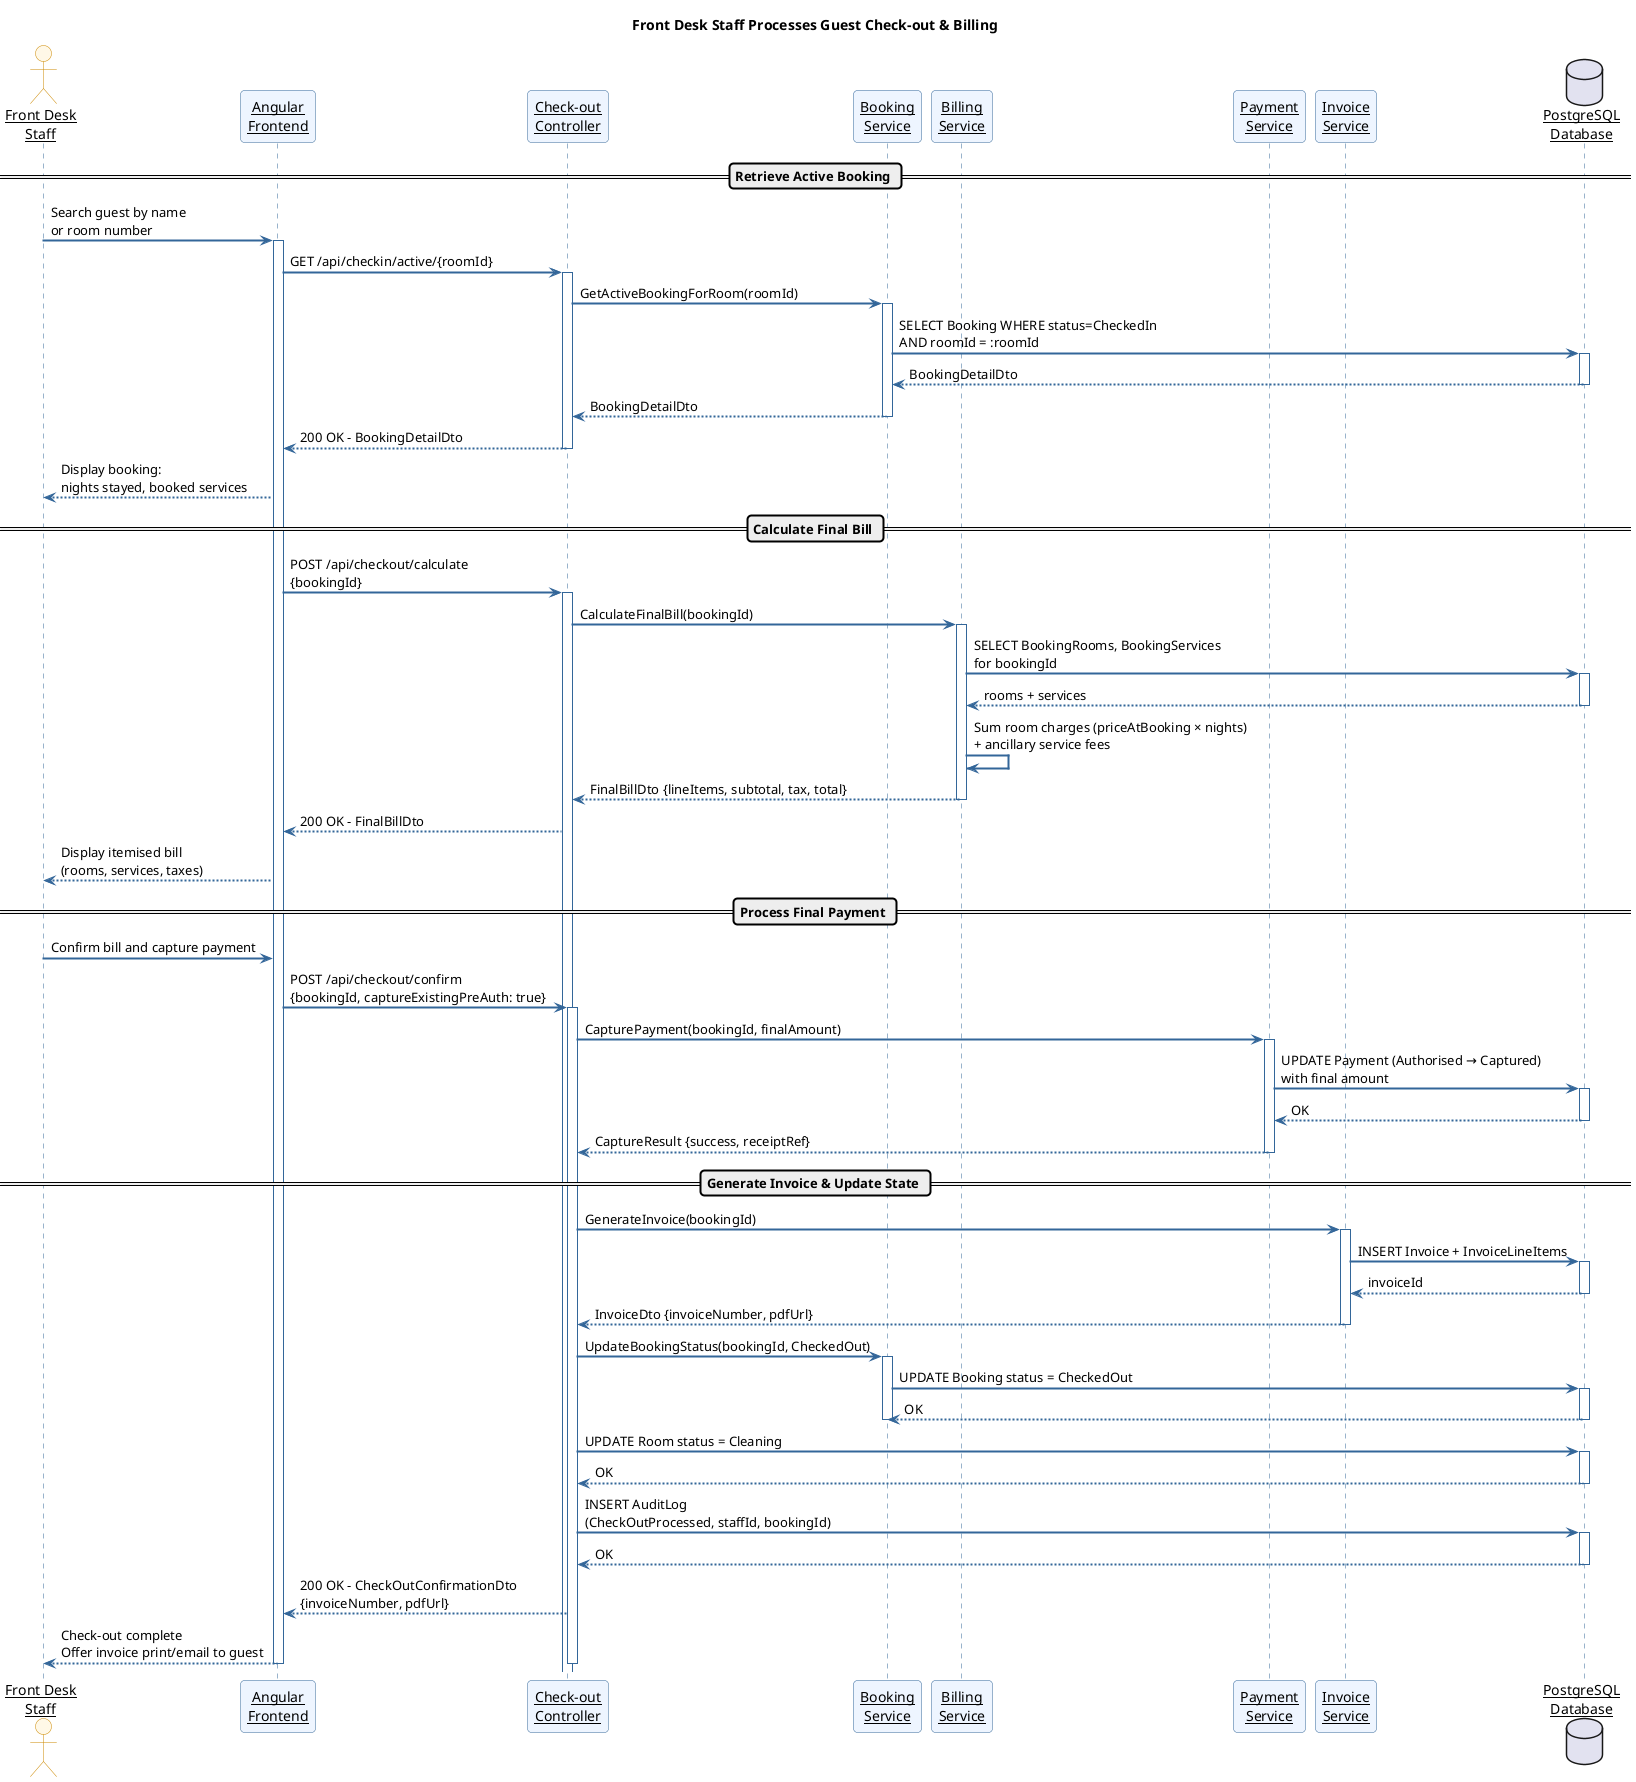
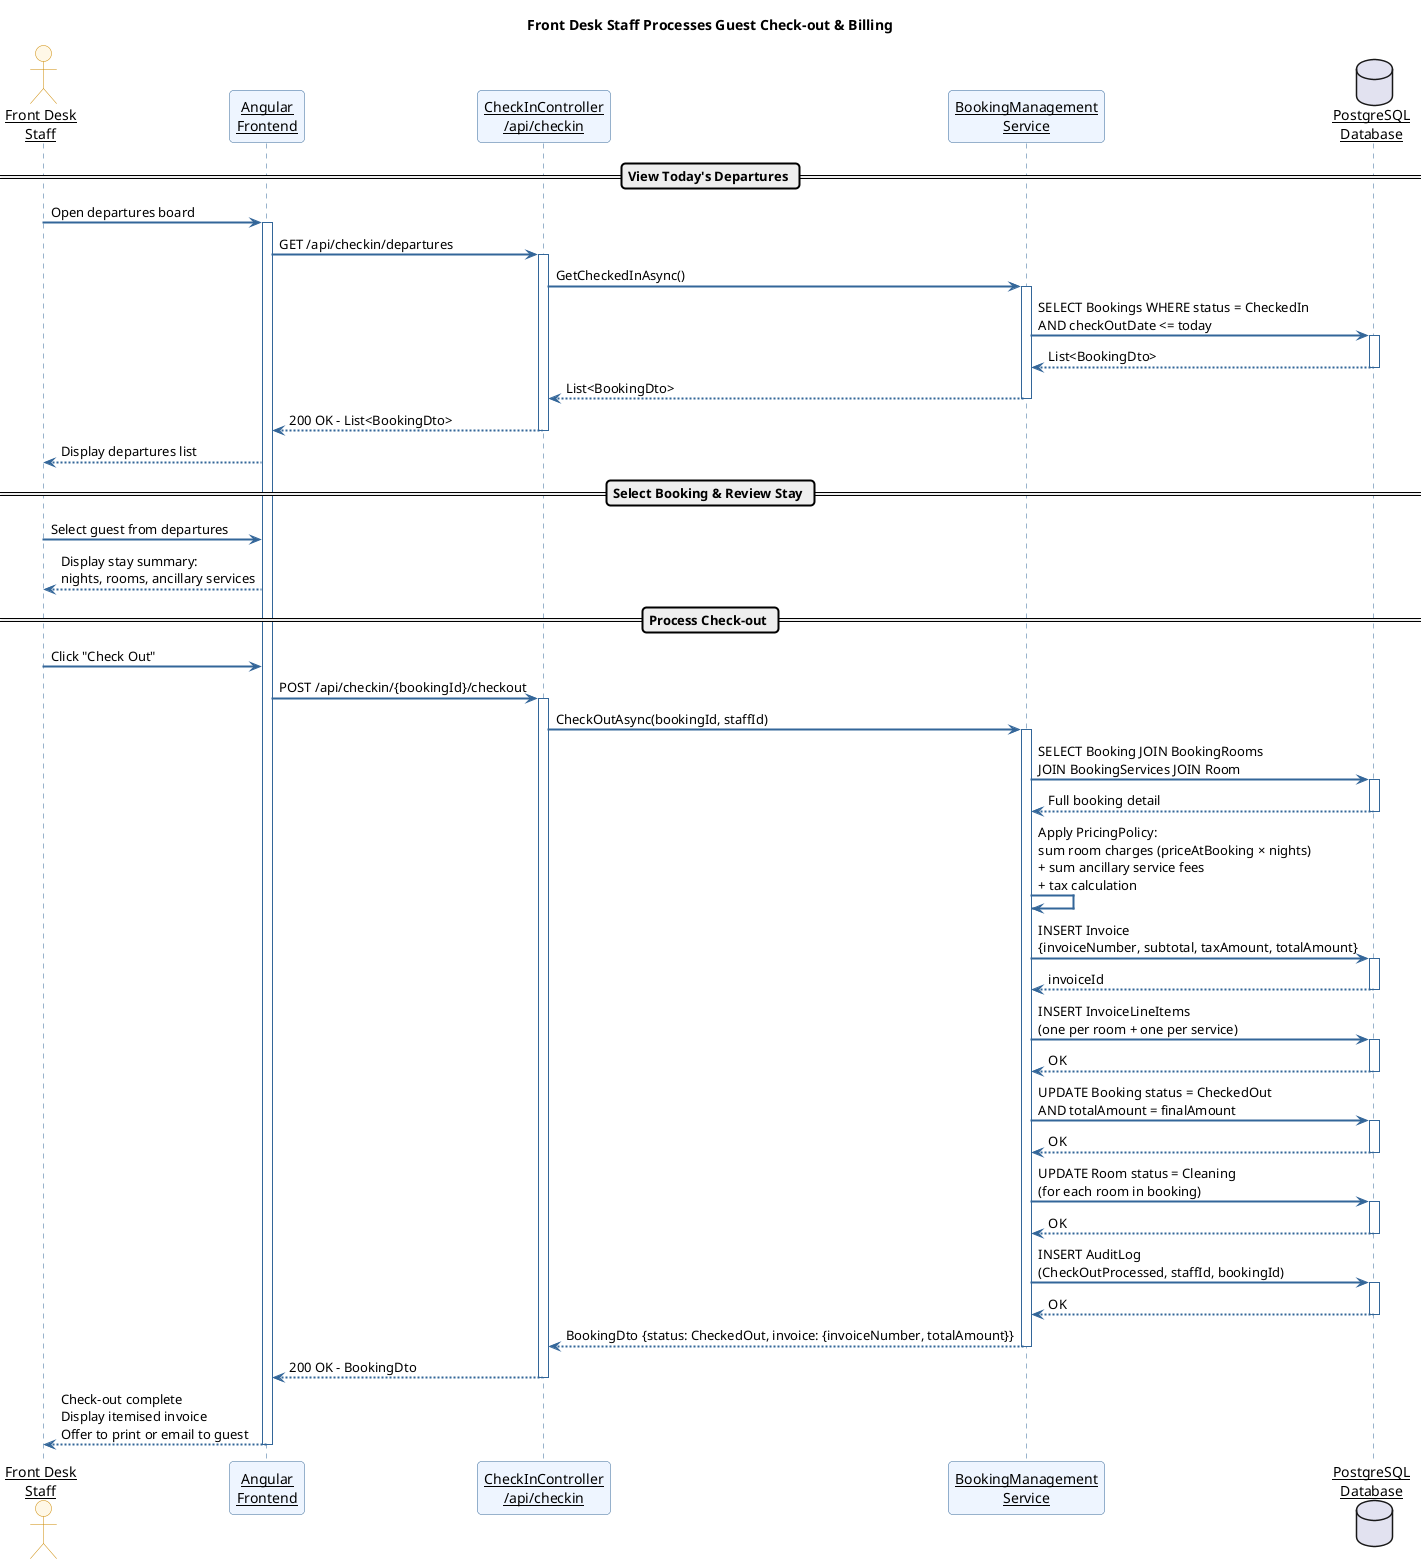
@startuml HMS_Seq_CheckOut
- ' Author: Aslan
+ ' Author: S2401265 Ahmed Aslan Ibrahim
' Sequence Diagram 3: Front Desk Staff Processes Guest Check-out and Billing

skinparam sequenceArrowThickness 2
skinparam roundcorner 8
skinparam sequenceParticipant underline
skinparam sequence {
  ParticipantBackgroundColor #EEF5FF
  ParticipantBorderColor #336699
  ActorBackgroundColor #FFF8E7
  ActorBorderColor #CC8800
  ArrowColor #336699
  LifeLineBorderColor #336699
}

title Front Desk Staff Processes Guest Check-out & Billing

actor "Front Desk\nStaff" as S
participant "Angular\nFrontend" as UI
- participant "Check-out\nController" as CC
- participant "Booking\nService" as BS
- participant "Billing\nService" as BLS
- participant "Payment\nService" as PS
- participant "Invoice\nService" as IS
+ participant "CheckInController\n/api/checkin" as CC
+ participant "BookingManagement\nService" as BS
database "PostgreSQL\nDatabase" as DB

- == Retrieve Active Booking ==
+ == View Today's Departures ==

- S -> UI : Search guest by name\nor room number
+ S -> UI : Open departures board
activate UI

- UI -> CC : GET /api/checkin/active/{roomId}
+ UI -> CC : GET /api/checkin/departures
activate CC
- CC -> BS : GetActiveBookingForRoom(roomId)
+ CC -> BS : GetCheckedInAsync()
activate BS
- BS -> DB : SELECT Booking WHERE status=CheckedIn\nAND roomId = :roomId
+ BS -> DB : SELECT Bookings WHERE status = CheckedIn\nAND checkOutDate <= today
activate DB
- DB --> BS : BookingDetailDto
+ DB --> BS : List<BookingDto>
deactivate DB
- BS --> CC : BookingDetailDto
+ BS --> CC : List<BookingDto>
deactivate BS
- CC --> UI : 200 OK – BookingDetailDto
+ CC --> UI : 200 OK – List<BookingDto>
deactivate CC

- UI --> S : Display booking:\nnights stayed, booked services
+ UI --> S : Display departures list

- == Calculate Final Bill ==
+ == Select Booking & Review Stay ==

- UI -> CC : POST /api/checkout/calculate\n{bookingId}
+ S -> UI : Select guest from departures
+ UI --> S : Display stay summary:\nnights, rooms, ancillary services
+ 
+ == Process Check-out ==
+ 
+ S -> UI : Click "Check Out"
+ UI -> CC : POST /api/checkin/{bookingId}/checkout
activate CC

- CC -> BLS : CalculateFinalBill(bookingId)
- activate BLS
- BLS -> DB : SELECT BookingRooms, BookingServices\nfor bookingId
+ CC -> BS : CheckOutAsync(bookingId, staffId)
+ activate BS
+ 
+ BS -> DB : SELECT Booking JOIN BookingRooms\nJOIN BookingServices JOIN Room
activate DB
- DB --> BLS : rooms + services
+ DB --> BS : Full booking detail
deactivate DB
- BLS -> BLS : Sum room charges (priceAtBooking × nights)\n+ ancillary service fees
- BLS --> CC : FinalBillDto {lineItems, subtotal, tax, total}
- deactivate BLS

- CC --> UI : 200 OK – FinalBillDto
- UI --> S : Display itemised bill\n(rooms, services, taxes)
+ BS -> BS : Apply PricingPolicy:\nsum room charges (priceAtBooking × nights)\n+ sum ancillary service fees\n+ tax calculation

- == Process Final Payment ==
+ BS -> DB : INSERT Invoice\n{invoiceNumber, subtotal, taxAmount, totalAmount}
+ activate DB
+ DB --> BS : invoiceId
+ deactivate DB

- S -> UI : Confirm bill and capture payment
- UI -> CC : POST /api/checkout/confirm\n{bookingId, captureExistingPreAuth: true}
- activate CC
- 
- CC -> PS : CapturePayment(bookingId, finalAmount)
- activate PS
- PS -> DB : UPDATE Payment (Authorised → Captured)\nwith final amount
- activate DB
- DB --> PS : OK
- deactivate DB
- PS --> CC : CaptureResult {success, receiptRef}
- deactivate PS
- 
- == Generate Invoice & Update State ==
- 
- CC -> IS : GenerateInvoice(bookingId)
- activate IS
- IS -> DB : INSERT Invoice + InvoiceLineItems
- activate DB
- DB --> IS : invoiceId
- deactivate DB
- IS --> CC : InvoiceDto {invoiceNumber, pdfUrl}
- deactivate IS
- 
- CC -> BS : UpdateBookingStatus(bookingId, CheckedOut)
- activate BS
- BS -> DB : UPDATE Booking status = CheckedOut
+ BS -> DB : INSERT InvoiceLineItems\n(one per room + one per service)
activate DB
DB --> BS : OK
deactivate DB
+ 
+ BS -> DB : UPDATE Booking status = CheckedOut\nAND totalAmount = finalAmount
+ activate DB
+ DB --> BS : OK
+ deactivate DB
+ 
+ BS -> DB : UPDATE Room status = Cleaning\n(for each room in booking)
+ activate DB
+ DB --> BS : OK
+ deactivate DB
+ 
+ BS -> DB : INSERT AuditLog\n(CheckOutProcessed, staffId, bookingId)
+ activate DB
+ DB --> BS : OK
+ deactivate DB
+ 
+ BS --> CC : BookingDto {status: CheckedOut, invoice: {invoiceNumber, totalAmount}}
deactivate BS

- CC -> DB : UPDATE Room status = Cleaning
- activate DB
- DB --> CC : OK
- deactivate DB
+ CC --> UI : 200 OK – BookingDto
+ deactivate CC

- CC -> DB : INSERT AuditLog\n(CheckOutProcessed, staffId, bookingId)
- activate DB
- DB --> CC : OK
- deactivate DB
- 
- CC --> UI : 200 OK – CheckOutConfirmationDto\n{invoiceNumber, pdfUrl}
- UI --> S : Check-out complete\nOffer invoice print/email to guest
- 
- deactivate CC
+ UI --> S : Check-out complete\nDisplay itemised invoice\nOffer to print or email to guest
deactivate UI

@enduml
